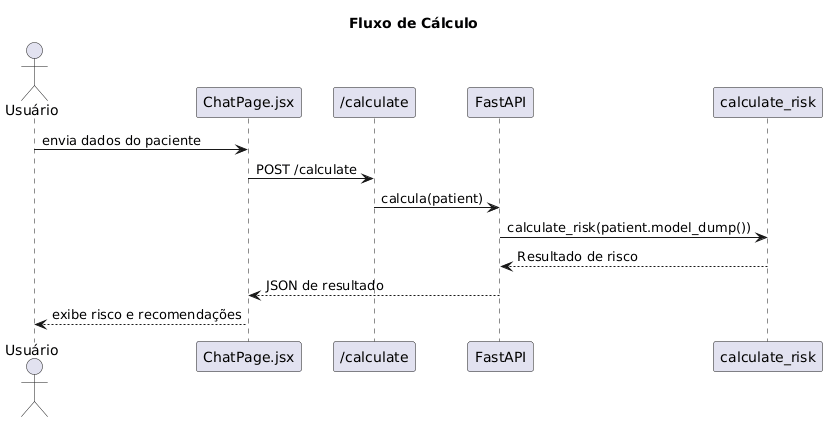
The PlantUML diagram diagramas/sequence_calculate.png in GustavoFrossard/Cardio-Risk-Calc, before a commit. Its diagram source:
```plantuml
@startuml
title Fluxo de Cálculo
actor Usuário
participant "ChatPage.jsx" as Frontend
participant "/calculate" as API
participant "FastAPI" as Backend
participant "calculate_risk" as Calculadora

Usuário -> Frontend: envia dados do paciente
Frontend -> API: POST /calculate
API -> Backend: calcula(patient)
Backend -> Calculadora: calculate_risk(patient.model_dump())
Calculadora --> Backend: Resultado de risco
Backend --> Frontend: JSON de resultado
Frontend --> Usuário: exibe risco e recomendações
@enduml
```
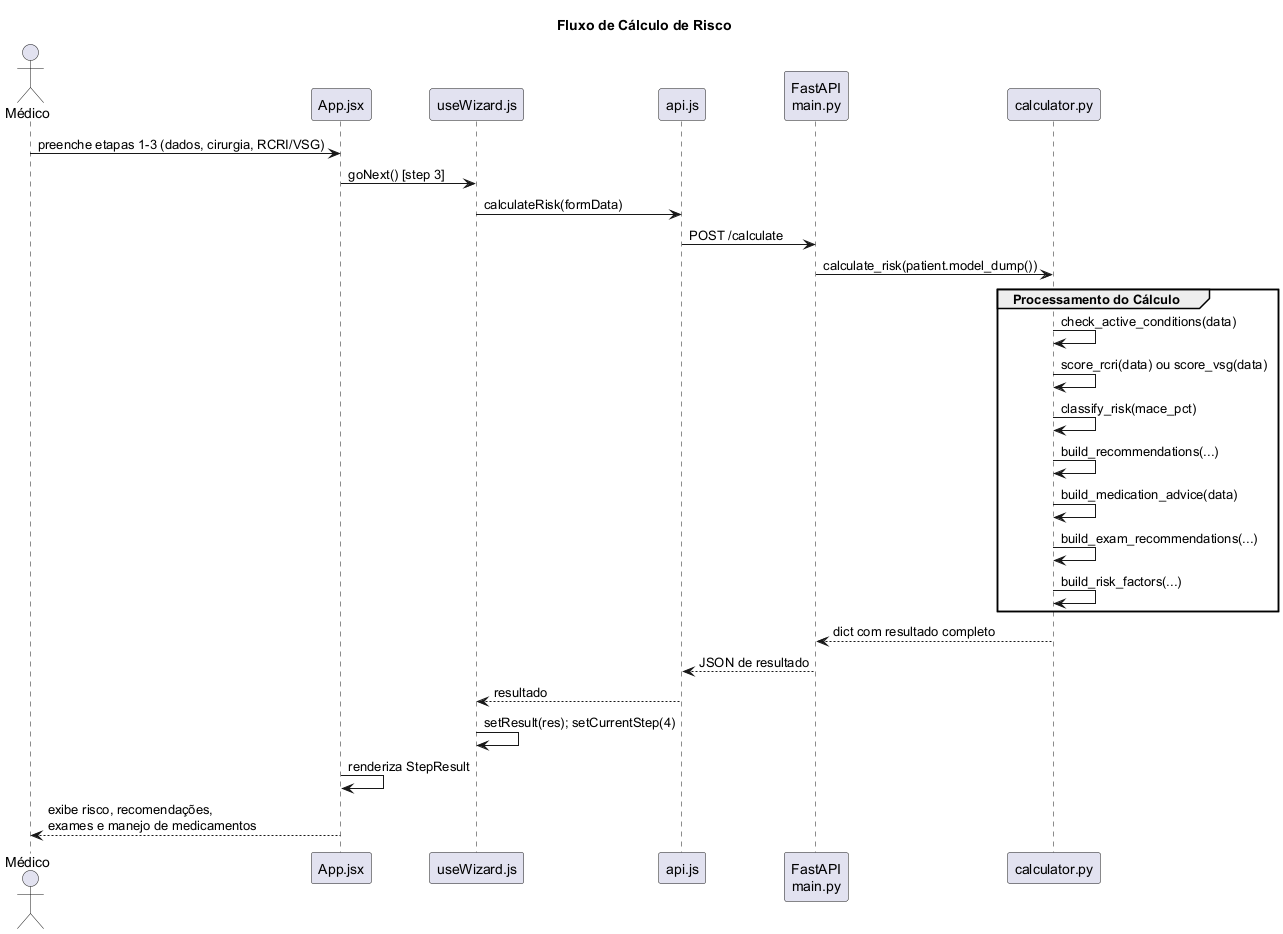
Above is the later version.

Diff of the diagram source:
```diff
@@ -1,16 +1,32 @@
 @startuml
-title Fluxo de Cálculo
-actor Usuário
-participant "ChatPage.jsx" as Frontend
-participant "/calculate" as API
-participant "FastAPI" as Backend
-participant "calculate_risk" as Calculadora
+title Fluxo de Cálculo de Risco
+actor Médico
+participant "App.jsx" as App
+participant "useWizard.js" as Wizard
+participant "api.js" as ApiService
+participant "FastAPI\nmain.py" as Backend
+participant "calculator.py" as Calculadora
 
-Usuário -> Frontend: envia dados do paciente
-Frontend -> API: POST /calculate
-API -> Backend: calcula(patient)
+Médico -> App: preenche etapas 1-3 (dados, cirurgia, RCRI/VSG)
+App -> Wizard: goNext() [step 3]
+Wizard -> ApiService: calculateRisk(formData)
+ApiService -> Backend: POST /calculate
 Backend -> Calculadora: calculate_risk(patient.model_dump())
-Calculadora --> Backend: Resultado de risco
-Backend --> Frontend: JSON de resultado
-Frontend --> Usuário: exibe risco e recomendações
+
+group Processamento do Cálculo
+  Calculadora -> Calculadora: check_active_conditions(data)
+  Calculadora -> Calculadora: score_rcri(data) ou score_vsg(data)
+  Calculadora -> Calculadora: classify_risk(mace_pct)
+  Calculadora -> Calculadora: build_recommendations(...)
+  Calculadora -> Calculadora: build_medication_advice(data)
+  Calculadora -> Calculadora: build_exam_recommendations(...)
+  Calculadora -> Calculadora: build_risk_factors(...)
+end
+
+Calculadora --> Backend: dict com resultado completo
+Backend --> ApiService: JSON de resultado
+ApiService --> Wizard: resultado
+Wizard -> Wizard: setResult(res); setCurrentStep(4)
+App -> App: renderiza StepResult
+App --> Médico: exibe risco, recomendações,\nexames e manejo de medicamentos
 @enduml
```
